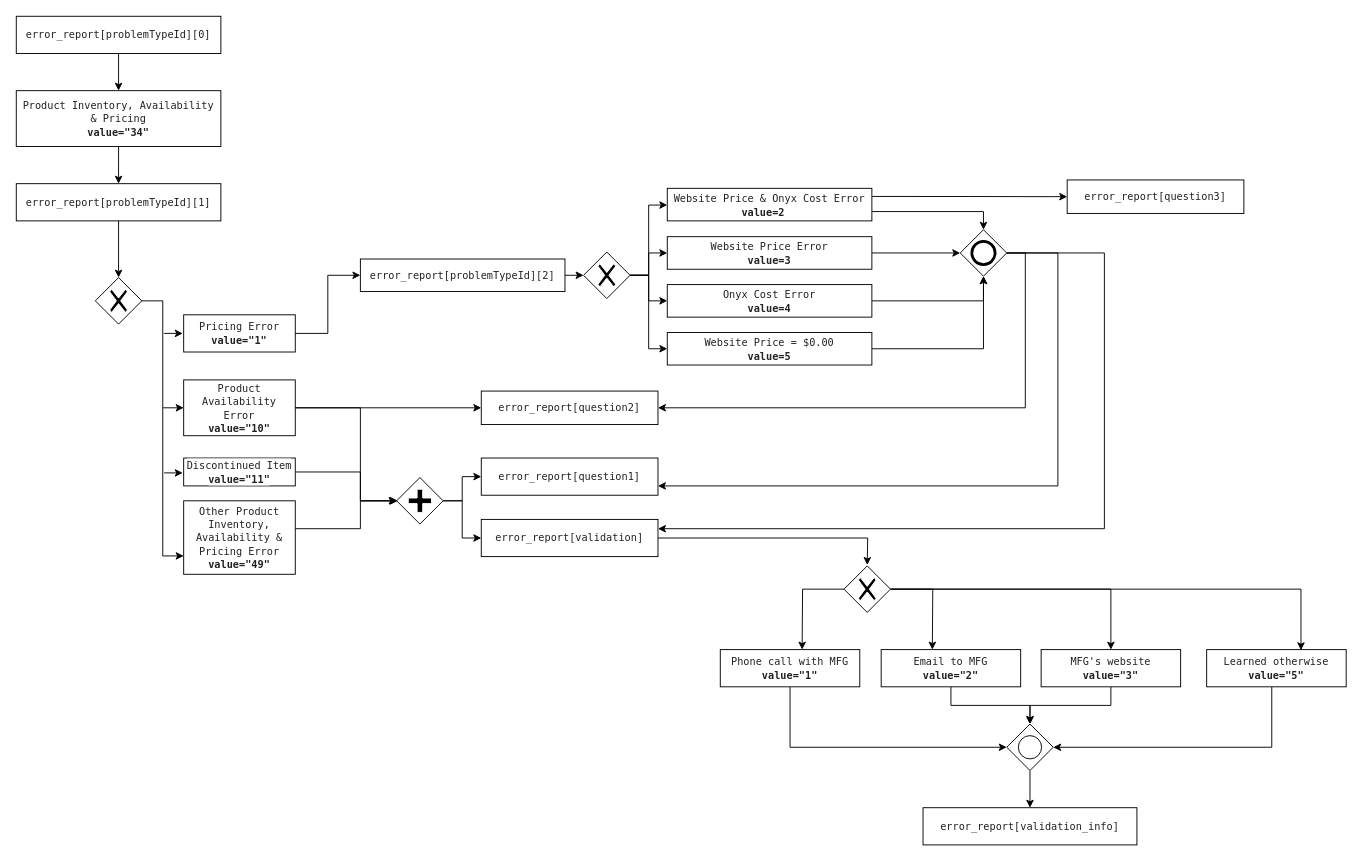
Above: page "Product Inventory, Availability & Pricing" (5 of 11) of report-error.drawio in yvelio/test (draw.io), before the change. Source tidied: cells renumbered, new cells numbered last; positions are measured from the earlier drawing's top-left corner, leaving out a move shared by most shapes. Both pictures are drawn from the tidied source at 93%, with x=0, y=0 at pixel (16, 16).
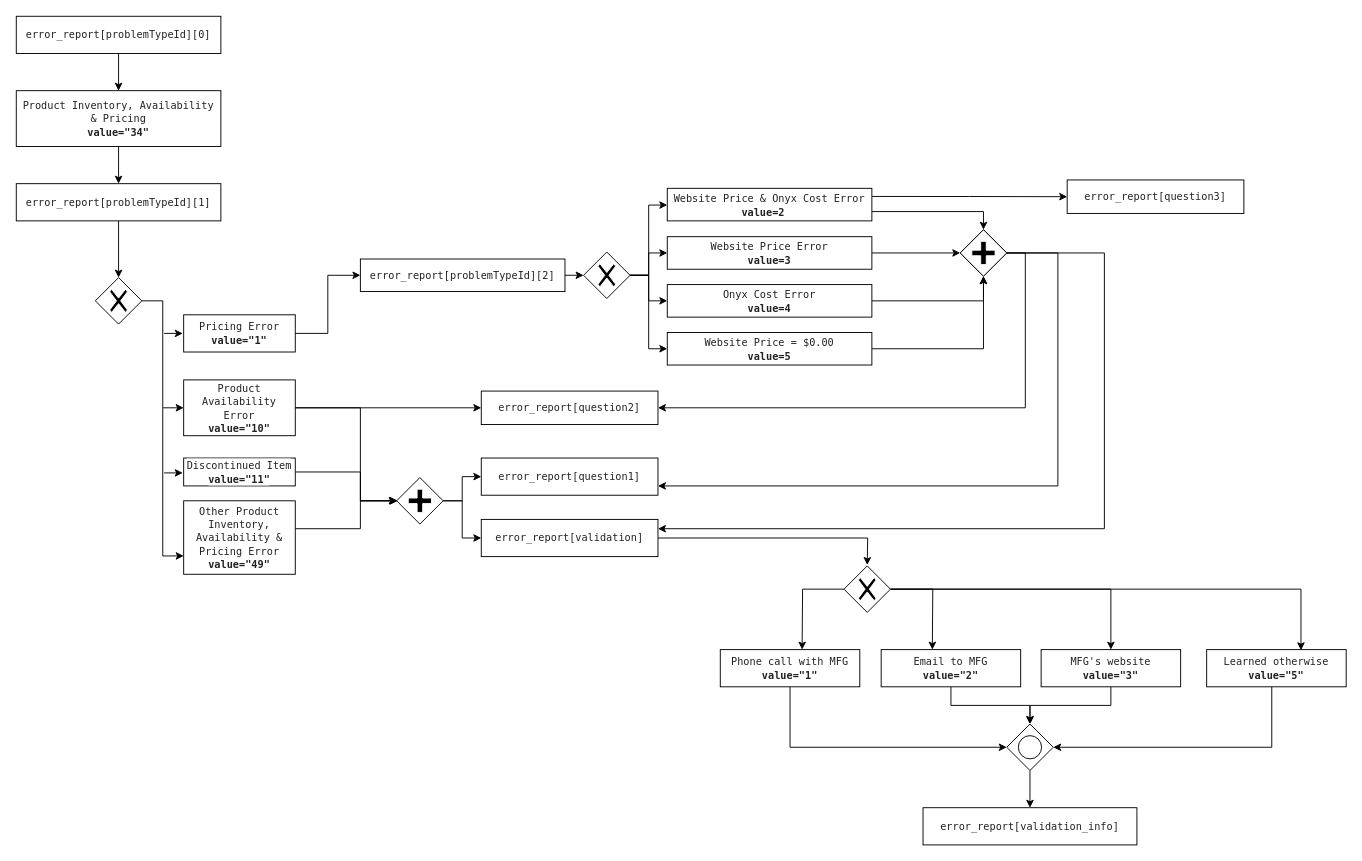
After the change.

Diff of the diagram source:
```diff
@@
+    <mxCell id="67" style="shape=mxgraph.bpmn.shape;html=1;verticalLabelPosition=bottom;labelBackgroundColor=#ffffff;verticalAlign=top;align=center;perimeter=rhombusPerimeter;background=gateway;outline=none;symbol=parallelGw;" parent="1" vertex="1">
+      <mxGeometry x="1015" y="229.5" width="50" height="50" as="geometry" />
+    </mxCell>
```
